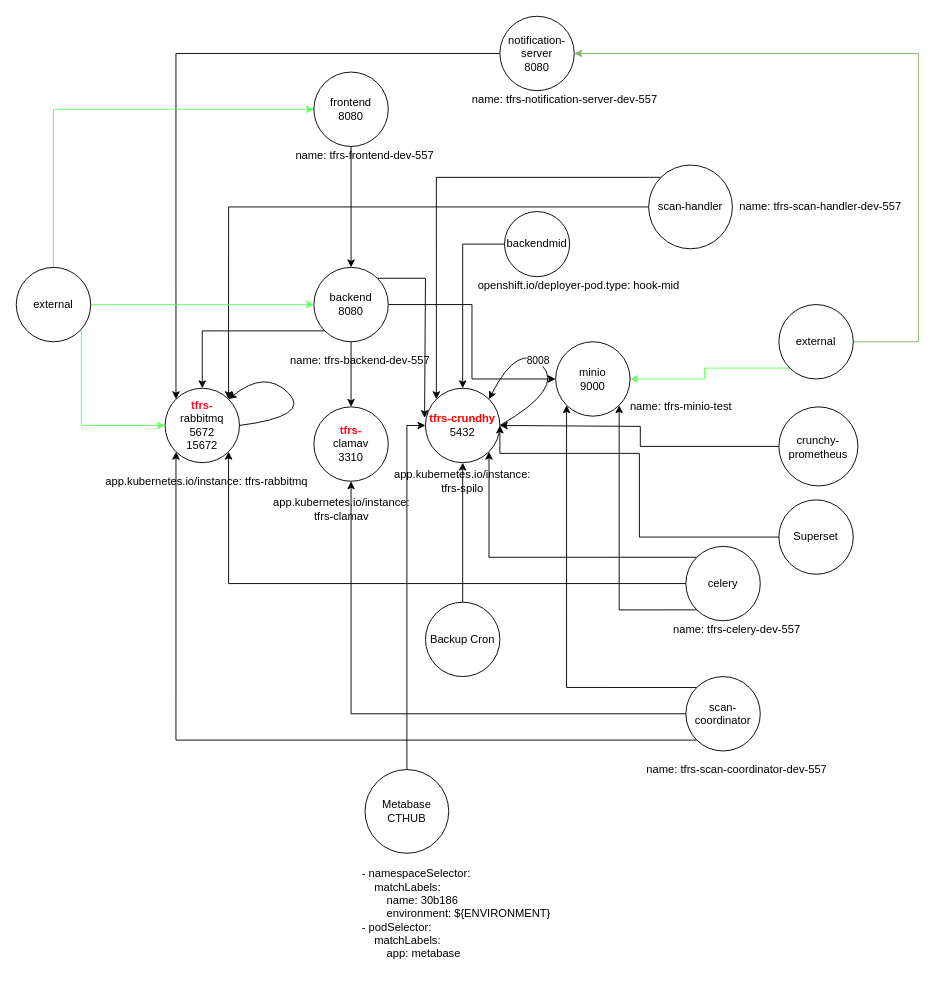
Above: openshift-v4/templates/knp/knp-diagram-2.0.0.drawio in bcgov/tfrs (draw.io), before the change. Source tidied: cells renumbered, new cells numbered last; positions are measured from the earlier drawing's top-left corner, leaving out a move shared by most shapes. Both pictures are drawn from the tidied source at 93%, with x=0, y=0 at pixel (16, 16).
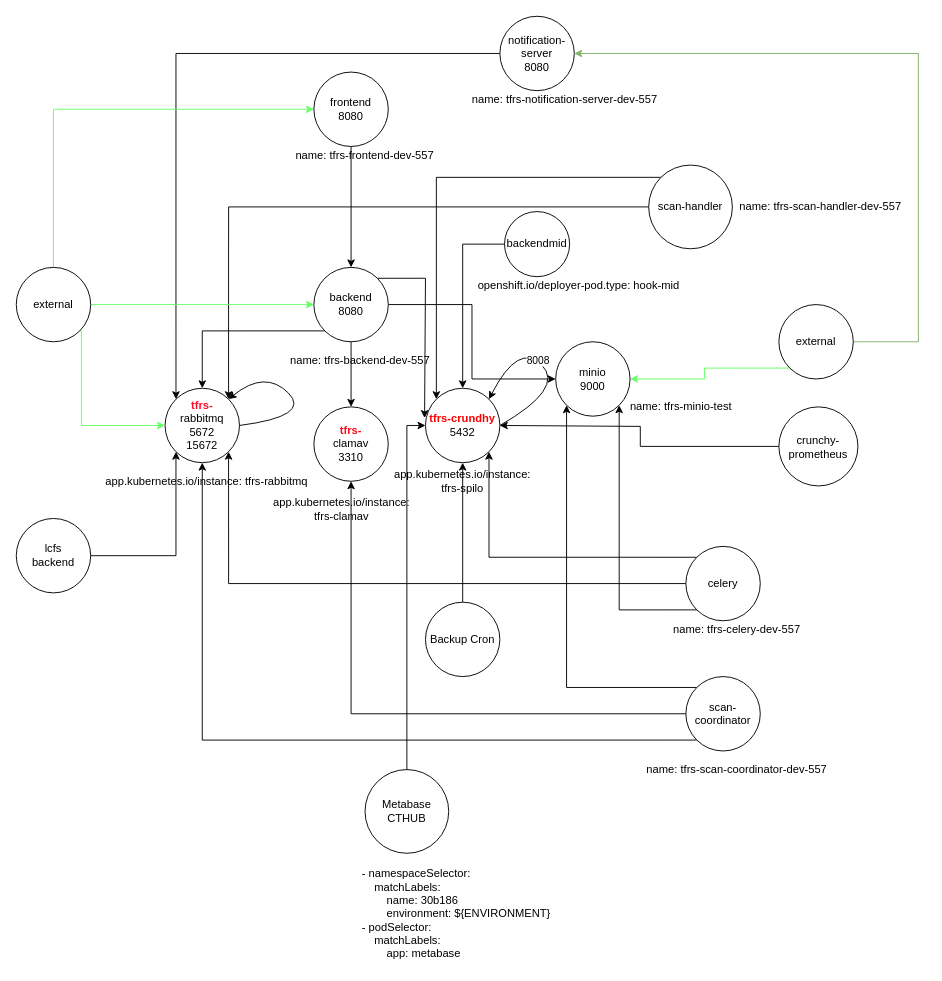
After the change.

Commit message:
update the diagram to allow lcfs backend to access tfrs rabbit

Unchanged cells that the change refers to:
```xml
<mxCell id="18" value="scan-coordinator" style="ellipse;whiteSpace=wrap;html=1;" parent="1" vertex="1">
  <mxGeometry x="720" y="710" width="80" height="80" as="geometry" />
</mxCell>
<mxCell id="22" value="&lt;font color=&quot;#ff0000&quot;&gt;&lt;b&gt;tfrs-crundhy&lt;br&gt;&lt;/b&gt;&lt;/font&gt;5432" style="ellipse;whiteSpace=wrap;html=1;" parent="1" vertex="1">
  <mxGeometry x="440" y="400" width="80" height="80" as="geometry" />
</mxCell>
<mxCell id="23" value="&lt;font color=&quot;#ff0d2d&quot;&gt;&lt;b&gt;tfrs-&lt;/b&gt;&lt;/font&gt;&lt;br&gt;rabbitmq&lt;br&gt;5672&lt;br&gt;15672" style="ellipse;whiteSpace=wrap;html=1;" parent="1" vertex="1">
  <mxGeometry x="160" y="400" width="80" height="80" as="geometry" />
</mxCell>
```

The edit, as a diff of the source:
```diff
@@
-    <mxCell id="16" style="edgeStyle=orthogonalEdgeStyle;rounded=0;jettySize=auto;html=1;entryX=0;entryY=1;entryDx=0;entryDy=0;exitX=0;exitY=1;exitDx=0;exitDy=0;strokeColor=#010103;" parent="1" edge="1" source="18" target="23">
+    <mxCell id="16" style="edgeStyle=orthogonalEdgeStyle;rounded=0;jettySize=auto;html=1;exitX=0;exitY=1;exitDx=0;exitDy=0;strokeColor=#010103;" parent="1" edge="1" source="18" target="23">
       <mxGeometry relative="1" as="geometry" />
     </mxCell>
@@
-    <mxCell id="52" style="edgeStyle=orthogonalEdgeStyle;rounded=0;jettySize=auto;html=1;exitX=0;exitY=0.5;exitDx=0;exitDy=0;entryX=1;entryY=0.5;entryDx=0;entryDy=0;" parent="1" edge="1" source="53" target="22">
-      <mxGeometry relative="1" as="geometry">
-        <Array as="points">
-          <mxPoint x="670" y="560" />
-          <mxPoint x="670" y="470" />
-          <mxPoint x="520" y="470" />
-        </Array>
-      </mxGeometry>
-    </mxCell>
-    <mxCell id="53" value="Superset" style="ellipse;whiteSpace=wrap;html=1;" parent="1" vertex="1">
-      <mxGeometry x="820" y="520" width="80" height="80" as="geometry" />
-    </mxCell>
@@
+    <mxCell id="58" style="edgeStyle=orthogonalEdgeStyle;rounded=0;jettySize=auto;html=1;exitX=1;exitY=0.5;exitDx=0;exitDy=0;entryX=0;entryY=1;entryDx=0;entryDy=0;" parent="1" edge="1" source="59" target="23">
+      <mxGeometry relative="1" as="geometry" />
+    </mxCell>
+    <mxCell id="59" value="lcfs&lt;br&gt;backend" style="ellipse;whiteSpace=wrap;html=1;" parent="1" vertex="1">
+      <mxGeometry y="540" width="80" height="80" as="geometry" />
+    </mxCell>
```
